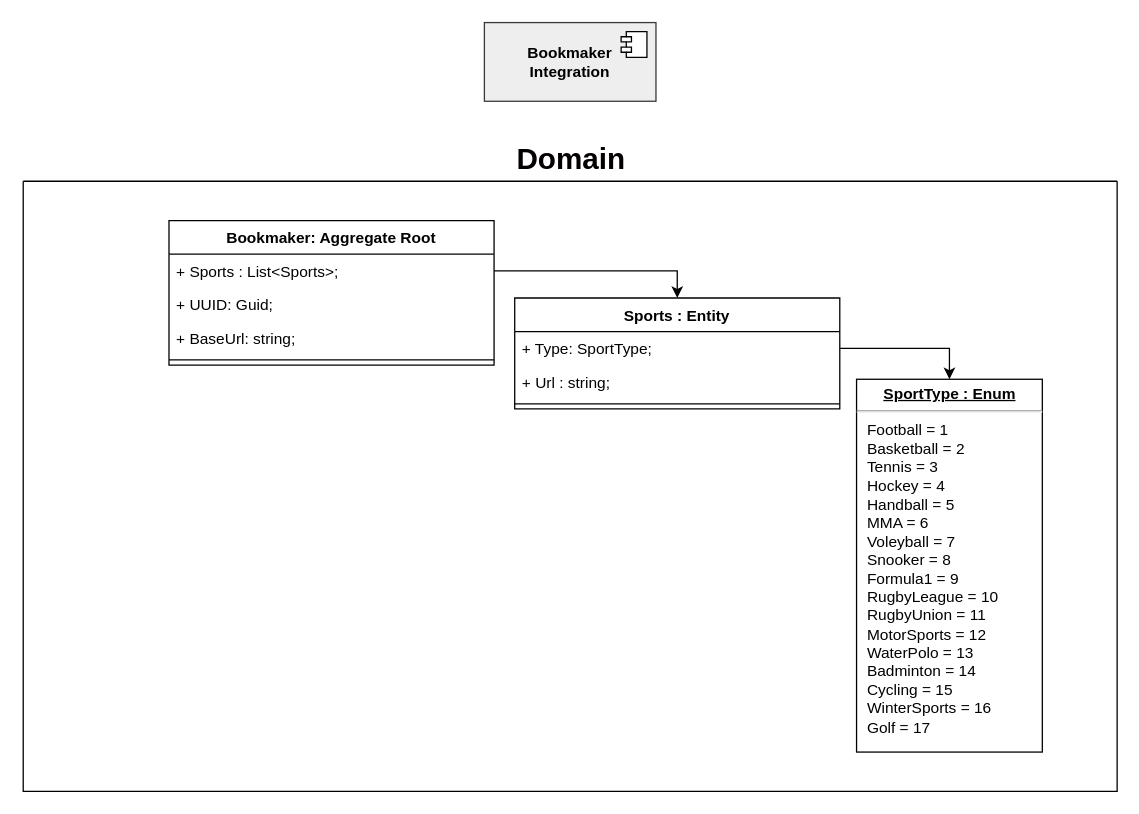
Earlier version of the draw.io diagram page "bookmaker-integration" (2 of 2) of diagrams/bookmaker-integration.drawio (skullizador/bookmaker-integration). Source tidied: cells renumbered, new cells numbered last; positions are measured from the earlier drawing's top-left corner, leaving out a move shared by most shapes. Both pictures are drawn from the tidied source at 129%, with x=0, y=0 at pixel (23, 22).
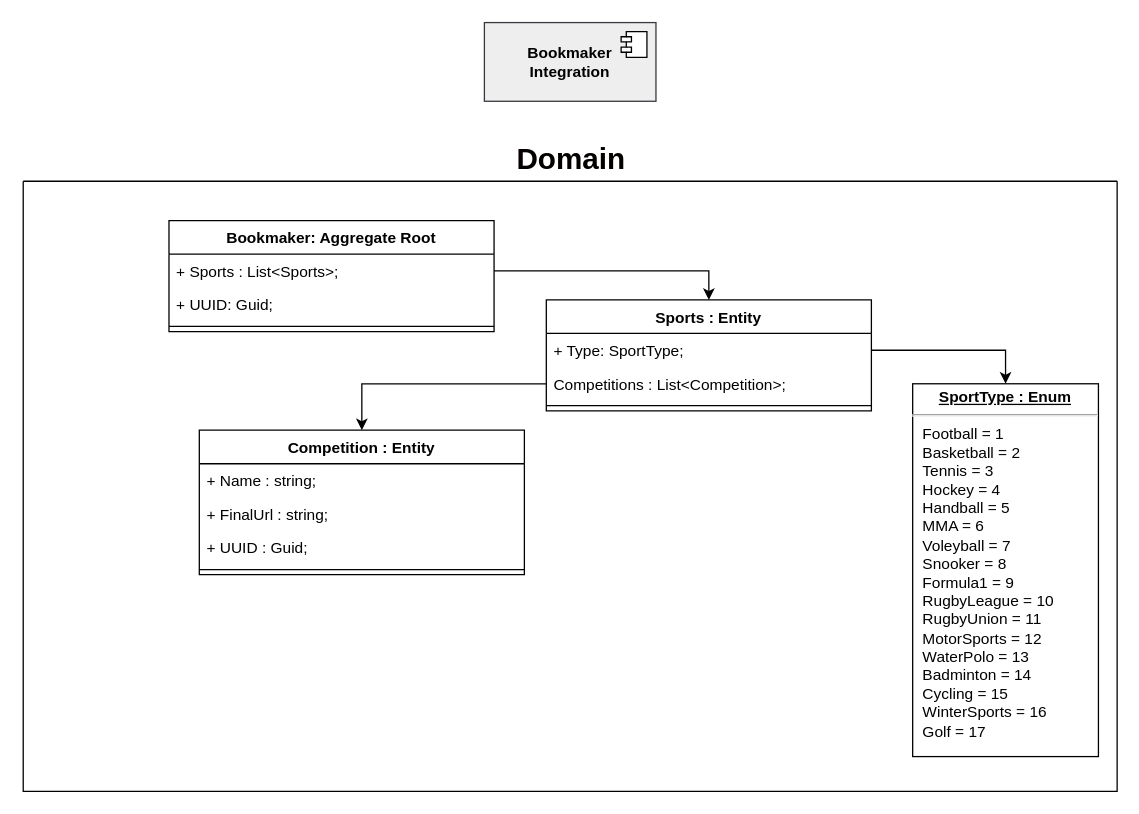
The same page after the edit.

Unchanged cells that the change refers to:
```xml
<mxCell id="2" value="Domain" style="swimlane;horizontal=1;fontSize=23;html=1;labelPosition=center;verticalLabelPosition=top;align=center;verticalAlign=bottom;startSize=0;glass=0;shadow=0;swimlaneFillColor=none;fontColor=#050000;" parent="1" vertex="1">
  <mxGeometry x="-0.5" y="123" width="848" height="473" as="geometry" />
</mxCell>
```

Diff of the diagram source:
```diff
@@
     <mxCell id="3" value="Sports : Entity" style="swimlane;fontStyle=1;align=center;verticalAlign=top;horizontal=1;startSize=26;" parent="2" vertex="1">
-      <mxGeometry x="381" y="90.5" width="252" height="86" as="geometry" />
+      <mxGeometry x="405.5" y="92" width="252" height="86" as="geometry" />
     </mxCell>
@@
-    <mxCell id="5" value="+ Url : string;" style="text;strokeColor=none;fillColor=none;align=left;verticalAlign=top;spacingLeft=4;spacingRight=4;overflow=hidden;" parent="3" vertex="1">
-      <mxGeometry y="52" width="252" height="26" as="geometry" />
-    </mxCell>
+    <mxCell id="17" value="Competitions : List&lt;Competition&gt;;" style="text;strokeColor=none;fillColor=none;align=left;verticalAlign=top;spacingLeft=4;spacingRight=4;overflow=hidden;points=[[0,0.5],[1,0.5]];portConstraint=eastwest;" parent="3" vertex="1">
+      <mxGeometry y="52" width="252" height="26" as="geometry" />
+    </mxCell>
@@
     <mxCell id="7" value="Bookmaker: Aggregate Root" style="swimlane;fontStyle=1;align=center;verticalAlign=top;horizontal=1;startSize=26;" parent="2" vertex="1">
-      <mxGeometry x="113" y="30.5" width="252" height="112" as="geometry" />
+      <mxGeometry x="113" y="30.5" width="252" height="86" as="geometry" />
     </mxCell>
@@
-    <mxCell id="10" value="+ BaseUrl: string;" style="text;strokeColor=none;fillColor=none;align=left;verticalAlign=top;spacingLeft=4;spacingRight=4;overflow=hidden;" parent="7" vertex="1">
-      <mxGeometry y="78" width="252" height="26" as="geometry" />
-    </mxCell>
     <mxCell id="11" style="line;strokeWidth=1;fillColor=none;align=left;verticalAlign=middle;spacingTop=-1;spacingLeft=3;spacingRight=3;labelPosition=right;" parent="7" vertex="1">
-      <mxGeometry y="104" width="252" height="8" as="geometry" />
+      <mxGeometry y="78" width="252" height="8" as="geometry" />
     </mxCell>
@@
     <mxCell id="13" value="&lt;p style=&quot;margin:0px;margin-top:4px;text-align:center;text-decoration:underline;&quot;&gt;&lt;b&gt;SportType : Enum&lt;/b&gt;&lt;/p&gt;&lt;hr&gt;&lt;p style=&quot;margin:0px;margin-left:8px;&quot;&gt;Football = 1&lt;/p&gt;&lt;p style=&quot;margin:0px;margin-left:8px;&quot;&gt;Basketball = 2&lt;/p&gt;&lt;p style=&quot;margin:0px;margin-left:8px;&quot;&gt;Tennis = 3&lt;/p&gt;&lt;p style=&quot;margin:0px;margin-left:8px;&quot;&gt;Hockey = 4&amp;nbsp;&lt;/p&gt;&lt;p style=&quot;margin:0px;margin-left:8px;&quot;&gt;Handball = 5&lt;/p&gt;&lt;p style=&quot;margin:0px;margin-left:8px;&quot;&gt;MMA = 6&amp;nbsp;&lt;/p&gt;&lt;p style=&quot;margin:0px;margin-left:8px;&quot;&gt;Voleyball = 7&lt;/p&gt;&lt;p style=&quot;margin:0px;margin-left:8px;&quot;&gt;Snooker = 8&lt;/p&gt;&lt;p style=&quot;margin:0px;margin-left:8px;&quot;&gt;Formula1 = 9&amp;nbsp;&lt;/p&gt;&lt;p style=&quot;margin:0px;margin-left:8px;&quot;&gt;RugbyLeague = 10&lt;/p&gt;&lt;p style=&quot;margin:0px;margin-left:8px;&quot;&gt;RugbyUnion = 11&lt;br&gt;&lt;/p&gt;&lt;p style=&quot;margin:0px;margin-left:8px;&quot;&gt;MotorSports = 12&lt;/p&gt;&lt;p style=&quot;margin:0px;margin-left:8px;&quot;&gt;WaterPolo = 13&lt;/p&gt;&lt;p style=&quot;margin:0px;margin-left:8px;&quot;&gt;Badminton = 14&lt;/p&gt;&lt;p style=&quot;margin:0px;margin-left:8px;&quot;&gt;Cycling = 15&lt;/p&gt;&lt;p style=&quot;margin:0px;margin-left:8px;&quot;&gt;WinterSports = 16&lt;/p&gt;&lt;p style=&quot;margin:0px;margin-left:8px;&quot;&gt;Golf = 17&lt;/p&gt;&lt;p style=&quot;margin:0px;margin-left:8px;&quot;&gt;&lt;br&gt;&lt;/p&gt;&lt;p style=&quot;margin:0px;margin-left:8px;&quot;&gt;&lt;br&gt;&lt;/p&gt;&lt;p style=&quot;margin:0px;margin-left:8px;&quot;&gt;&lt;br&gt;&lt;/p&gt;" style="verticalAlign=top;align=left;overflow=fill;fontSize=12;fontFamily=Helvetica;html=1;" parent="2" vertex="1">
-      <mxGeometry x="646" y="153.5" width="144" height="289" as="geometry" />
+      <mxGeometry x="689.5" y="157" width="144" height="289" as="geometry" />
     </mxCell>
@@
+    <mxCell id="18" value="Competition : Entity" style="swimlane;fontStyle=1;align=center;verticalAlign=top;horizontal=1;startSize=26;" parent="2" vertex="1">
+      <mxGeometry x="136.5" y="193" width="252" height="112" as="geometry" />
+    </mxCell>
+    <mxCell id="19" value="+ Name : string;" style="text;strokeColor=none;fillColor=none;align=left;verticalAlign=top;spacingLeft=4;spacingRight=4;overflow=hidden;" parent="18" vertex="1">
+      <mxGeometry y="26" width="252" height="26" as="geometry" />
+    </mxCell>
+    <mxCell id="20" value="+ FinalUrl : string;" style="text;strokeColor=none;fillColor=none;align=left;verticalAlign=top;spacingLeft=4;spacingRight=4;overflow=hidden;" parent="18" vertex="1">
+      <mxGeometry y="52" width="252" height="26" as="geometry" />
+    </mxCell>
+    <mxCell id="21" value="+ UUID : Guid;" style="text;strokeColor=none;fillColor=none;align=left;verticalAlign=top;spacingLeft=4;spacingRight=4;overflow=hidden;" parent="18" vertex="1">
+      <mxGeometry y="78" width="252" height="26" as="geometry" />
+    </mxCell>
+    <mxCell id="22" style="line;strokeWidth=1;fillColor=none;align=left;verticalAlign=middle;spacingTop=-1;spacingLeft=3;spacingRight=3;labelPosition=right;" parent="18" vertex="1">
+      <mxGeometry y="104" width="252" height="8" as="geometry" />
+    </mxCell>
+    <mxCell id="23" style="edgeStyle=orthogonalEdgeStyle;rounded=0;jettySize=auto;html=1;" parent="2" edge="1" source="17" target="18">
+      <mxGeometry relative="1" as="geometry" />
+    </mxCell>
```
